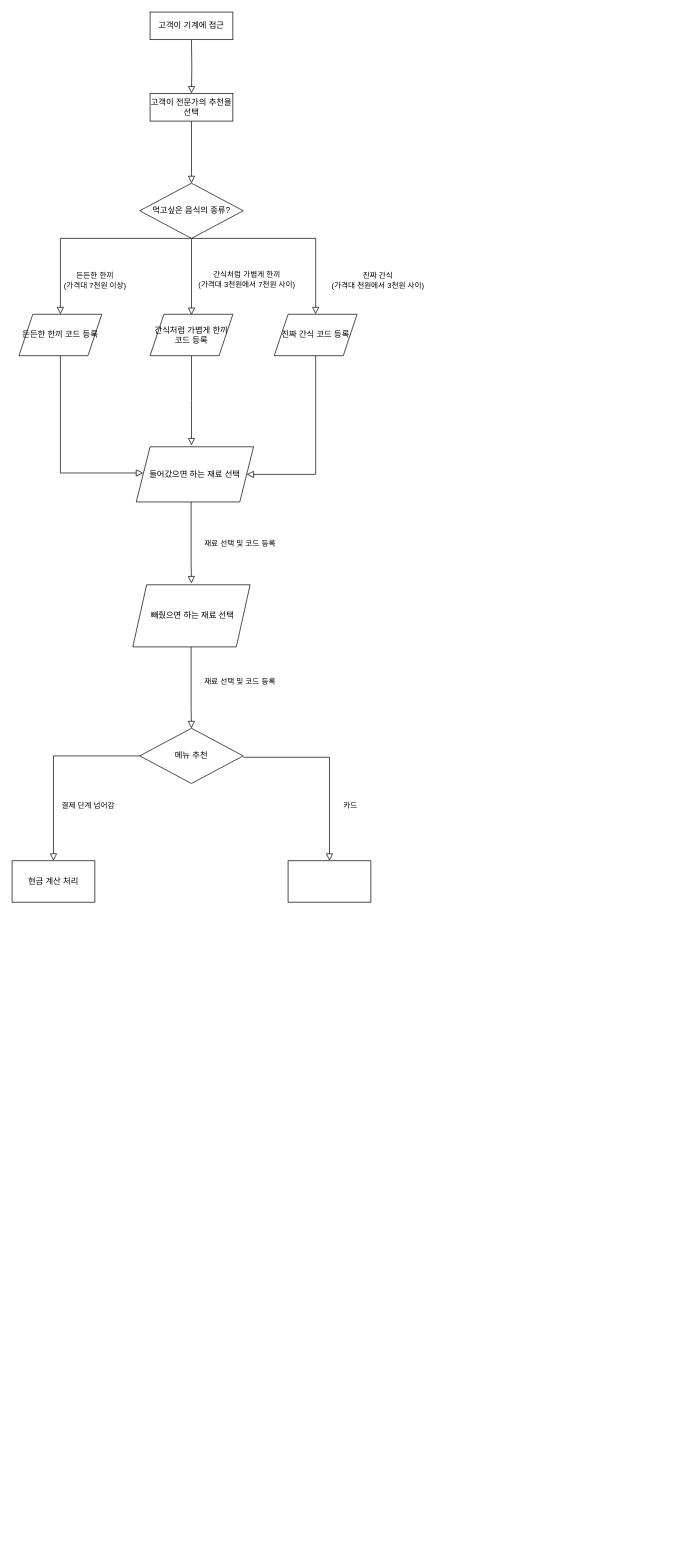
The draw.io diagram 프로젝트 순서도.drawio in Jung-Jin-Yong/KIOSK-for-senior-citizens, before the edit. Source tidied: cells renumbered, new cells numbered last; positions are measured from the earlier drawing's top-left corner, leaving out a move shared by most shapes. Both pictures are drawn from the tidied source at 69%, with x=0, y=0 at pixel (12, 12).
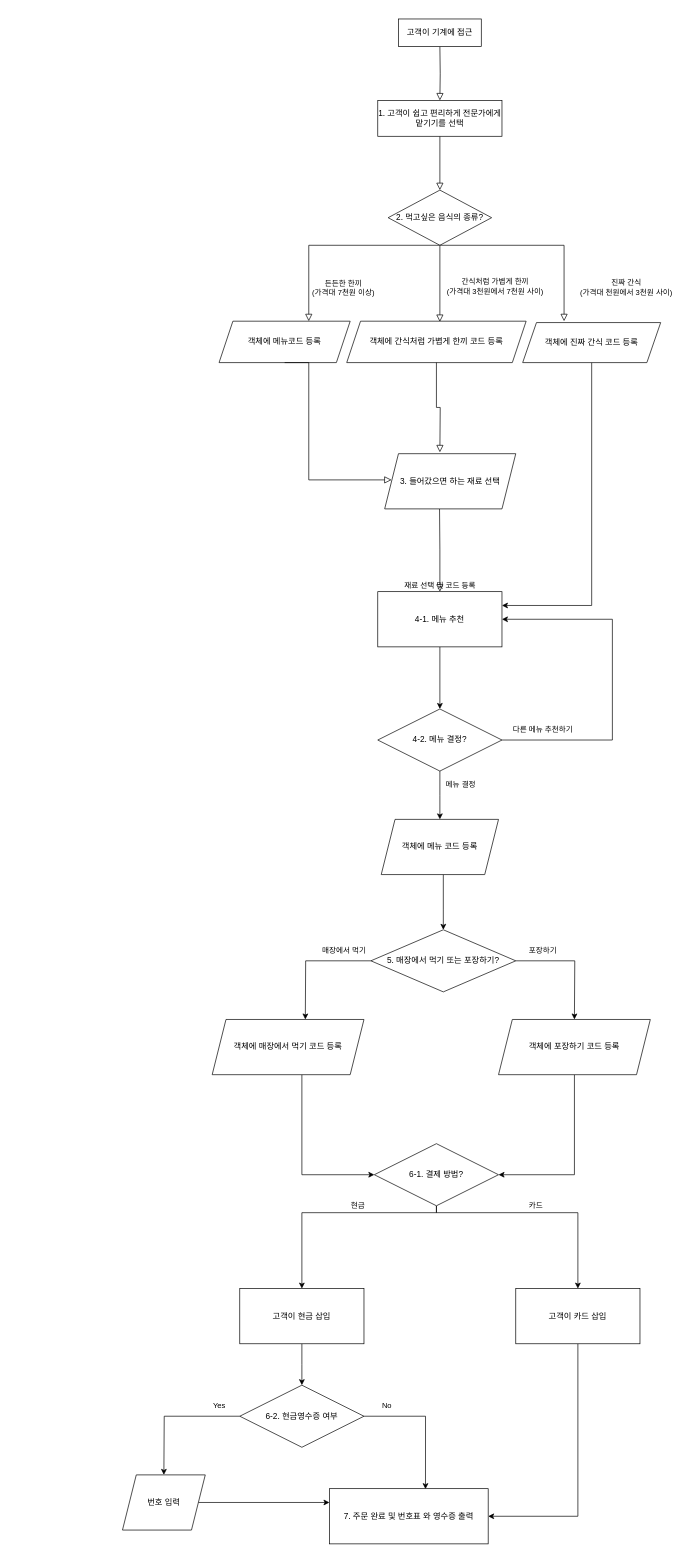
Above is the later version.

Change to the diagram source:
```diff
@@
-    <mxCell id="3" value="고객이 전문가의 추천을 선택" style="rounded=0;whiteSpace=wrap;html=1;fontSize=12;glass=0;strokeWidth=1;shadow=0;" parent="1" vertex="1">
-      <mxGeometry x="200" y="118" width="120" height="40" as="geometry" />
+    <mxCell id="3" value="1. 고객이 쉽고 편리하게 전문가에게 맡기기를 선택" style="rounded=0;whiteSpace=wrap;html=1;fontSize=12;glass=0;strokeWidth=1;shadow=0;" parent="1" vertex="1">
+      <mxGeometry x="530" y="128" width="180" height="52" as="geometry" />
     </mxCell>
-    <mxCell id="4" value="먹고싶은 음식의 종류?" style="rhombus;whiteSpace=wrap;html=1;" parent="1" vertex="1">
-      <mxGeometry x="185" y="248" width="150" height="80" as="geometry" />
+    <mxCell id="4" value="2. 먹고싶은 음식의 종류?" style="rhombus;whiteSpace=wrap;html=1;" parent="1" vertex="1">
+      <mxGeometry x="545" y="258" width="150" height="80" as="geometry" />
     </mxCell>
     <mxCell id="5" value="진짜 간식&lt;br&gt;(가격대 천원에서 3천원 사이)" style="rounded=0;html=1;jettySize=auto;fontSize=11;endArrow=block;endFill=0;endSize=8;strokeWidth=1;shadow=0;labelBackgroundColor=none;edgeStyle=orthogonalEdgeStyle;exitX=0.5;exitY=1;exitDx=0;exitDy=0;" parent="1" edge="1" source="4">
       <mxGeometry x="0.66" y="90" relative="1" as="geometry">
-        <mxPoint x="440" y="438" as="targetPoint" />
+        <mxPoint x="800" y="448" as="targetPoint" />
         <Array as="points">
-          <mxPoint x="440" y="328" />
+          <mxPoint x="800" y="338" />
         </Array>
       </mxGeometry>
     </mxCell>
     <mxCell id="6" value="든든한 한끼&lt;br&gt;(가격대 7천원 이상)" style="rounded=0;html=1;jettySize=auto;fontSize=11;endArrow=block;endFill=0;endSize=8;strokeWidth=1;shadow=0;labelBackgroundColor=none;edgeStyle=orthogonalEdgeStyle;exitX=0.5;exitY=1;exitDx=0;exitDy=0;" parent="1" edge="1" source="4">
-      <mxGeometry x="0.67" y="50" relative="1" as="geometry">
-        <mxPoint x="70" y="438" as="targetPoint" />
+      <mxGeometry x="0.68" y="50" relative="1" as="geometry">
+        <mxPoint x="430" y="448" as="targetPoint" />
         <Array as="points">
-          <mxPoint x="70" y="328" />
+          <mxPoint x="430" y="338" />
         </Array>
       </mxGeometry>
     </mxCell>
     <mxCell id="7" value="간식처럼 가볍게 한끼&lt;br&gt;(가격대 3천원에서 7천원 사이)" style="rounded=0;html=1;jettySize=auto;orthogonalLoop=1;fontSize=11;endArrow=block;endFill=0;endSize=8;strokeWidth=1;shadow=0;labelBackgroundColor=none;edgeStyle=orthogonalEdgeStyle;exitX=0.5;exitY=1;exitDx=0;exitDy=0;" parent="1" edge="1">
       <mxGeometry x="0.07" y="80" relative="1" as="geometry">
-        <mxPoint x="260" y="329" as="sourcePoint" />
-        <mxPoint x="260" y="439" as="targetPoint" />
+        <mxPoint x="620" y="339" as="sourcePoint" />
+        <mxPoint x="620" y="449" as="targetPoint" />
       </mxGeometry>
     </mxCell>
+    <mxCell id="25" style="edgeStyle=orthogonalEdgeStyle;rounded=0;jettySize=auto;html=1;entryX=1;entryY=0.25;entryDx=0;entryDy=0;" parent="1" edge="1" source="8" target="27">
+      <mxGeometry relative="1" as="geometry">
+        <Array as="points">
+          <mxPoint x="840" y="860" />
+        </Array>
+      </mxGeometry>
+    </mxCell>
-    <mxCell id="8" value="진짜 간식 코드 등록" style="shape=parallelogram;perimeter=parallelogramPerimeter;whiteSpace=wrap;html=1;fixedSize=1;" parent="1" vertex="1">
-      <mxGeometry x="380" y="438" width="120" height="60" as="geometry" />
+    <mxCell id="8" value="객체에 진짜 간식 코드 등록" style="shape=parallelogram;perimeter=parallelogramPerimeter;whiteSpace=wrap;html=1;fixedSize=1;spacing=2;" parent="1" vertex="1">
+      <mxGeometry x="740" y="450" width="200" height="58" as="geometry" />
     </mxCell>
-    <mxCell id="9" value="간식처럼 가볍게 한끼 코드 등록" style="shape=parallelogram;perimeter=parallelogramPerimeter;whiteSpace=wrap;html=1;fixedSize=1;" parent="1" vertex="1">
-      <mxGeometry x="200" y="438" width="120" height="60" as="geometry" />
+    <mxCell id="9" value="객체에 간식처럼 가볍게 한끼 코드 등록" style="shape=parallelogram;perimeter=parallelogramPerimeter;whiteSpace=wrap;html=1;fixedSize=1;" parent="1" vertex="1">
+      <mxGeometry x="485" y="448" width="260" height="60" as="geometry" />
     </mxCell>
-    <mxCell id="10" value="든든한 한끼 코드 등록" style="shape=parallelogram;perimeter=parallelogramPerimeter;whiteSpace=wrap;html=1;fixedSize=1;" parent="1" vertex="1">
-      <mxGeometry x="10" y="438" width="120" height="60" as="geometry" />
+    <mxCell id="10" value="객체에 메뉴코드 등록" style="shape=parallelogram;perimeter=parallelogramPerimeter;whiteSpace=wrap;html=1;fixedSize=1;" parent="1" vertex="1">
+      <mxGeometry x="300" y="448" width="190" height="60" as="geometry" />
     </mxCell>
     <mxCell id="11" style="rounded=0;html=1;jettySize=auto;fontSize=11;endArrow=block;endFill=0;endSize=8;strokeWidth=1;shadow=0;labelBackgroundColor=none;edgeStyle=orthogonalEdgeStyle;exitX=0.5;exitY=1;exitDx=0;exitDy=0;" parent="1" edge="1" source="9">
       <mxGeometry x="0.23" y="60" relative="1" as="geometry">
-        <mxPoint x="260" y="628" as="targetPoint" />
+        <mxPoint x="620" y="638" as="targetPoint" />
       </mxGeometry>
     </mxCell>
     <mxCell id="12" style="rounded=0;html=1;jettySize=auto;fontSize=11;endArrow=block;endFill=0;endSize=8;strokeWidth=1;shadow=0;labelBackgroundColor=none;edgeStyle=orthogonalEdgeStyle;exitX=0.5;exitY=1;exitDx=0;exitDy=0;entryX=0;entryY=0.5;entryDx=0;entryDy=0;" parent="1" edge="1" source="10">
       <mxGeometry x="0.54" y="90" relative="1" as="geometry">
-        <mxPoint x="190" y="668" as="targetPoint" />
+        <mxPoint x="550" y="678" as="targetPoint" />
         <Array as="points">
-          <mxPoint x="70" y="668" />
+          <mxPoint x="430" y="678" />
         </Array>
       </mxGeometry>
     </mxCell>
     <mxCell id="13" value="재료 선택 및 코드 등록" style="rounded=0;html=1;jettySize=auto;orthogonalLoop=1;fontSize=11;endArrow=block;endFill=0;endSize=8;strokeWidth=1;shadow=0;labelBackgroundColor=none;edgeStyle=orthogonalEdgeStyle;exitX=0.5;exitY=1;exitDx=0;exitDy=0;entryX=0.5;entryY=0;entryDx=0;entryDy=0;" parent="1" edge="1">
-      <mxGeometry x="0.5" y="76" relative="1" as="geometry">
-        <mxPoint x="259.5" y="708" as="sourcePoint" />
-        <mxPoint x="260" y="828" as="targetPoint" />
-        <Array as="points">
-          <mxPoint x="260" y="798" />
-          <mxPoint x="260" y="798" />
-        </Array>
-        <mxPoint x="-5" y="-27" as="offset" />
+      <mxGeometry y="-61" relative="1" as="geometry">
+        <mxPoint x="619.5" y="718" as="sourcePoint" />
+        <mxPoint x="620" y="840" as="targetPoint" />
+        <mxPoint x="61" y="52" as="offset" />
       </mxGeometry>
     </mxCell>
-    <mxCell id="14" value="재료 선택 및 코드 등록" style="rounded=0;html=1;jettySize=auto;orthogonalLoop=1;fontSize=11;endArrow=block;endFill=0;endSize=8;strokeWidth=1;shadow=0;labelBackgroundColor=none;edgeStyle=orthogonalEdgeStyle;exitX=0.5;exitY=1;exitDx=0;exitDy=0;entryX=0.5;entryY=0;entryDx=0;entryDy=0;" parent="1" edge="1">
-      <mxGeometry x="0.5" y="80" relative="1" as="geometry">
-        <mxPoint x="259.5" y="918" as="sourcePoint" />
-        <mxPoint x="260" y="1038" as="targetPoint" />
-        <Array as="points">
-          <mxPoint x="260" y="1008" />
-          <mxPoint x="260" y="1008" />
-        </Array>
-        <mxPoint x="-9" y="-37" as="offset" />
-      </mxGeometry>
-    </mxCell>
     <mxCell id="15" style="rounded=0;html=1;jettySize=auto;fontSize=11;endArrow=block;endFill=0;endSize=8;strokeWidth=1;shadow=0;labelBackgroundColor=none;edgeStyle=orthogonalEdgeStyle;entryX=0.5;entryY=0;entryDx=0;entryDy=0;" parent="1" edge="1" target="3">
       <mxGeometry relative="1" as="geometry">
-        <mxPoint x="260" y="40" as="sourcePoint" />
+        <mxPoint x="620" y="50" as="sourcePoint" />
       </mxGeometry>
     </mxCell>
     <mxCell id="16" value="고객이 기계에 접근" style="rounded=0;whiteSpace=wrap;html=1;fontSize=12;glass=0;strokeWidth=1;shadow=0;" parent="1" vertex="1">
-      <mxGeometry x="200" width="120" height="40" as="geometry" />
+      <mxGeometry x="560" y="10" width="120" height="40" as="geometry" />
     </mxCell>
-    <mxCell id="17" value="메뉴 추천" style="rhombus;whiteSpace=wrap;html=1;" parent="1" vertex="1">
-      <mxGeometry x="185" y="1038" width="150" height="80" as="geometry" />
-    </mxCell>
+    <mxCell id="26" style="edgeStyle=orthogonalEdgeStyle;rounded=0;orthogonalLoop=1;jettySize=auto;html=1;" parent="1" edge="1">
+      <mxGeometry relative="1" as="geometry">
+        <mxPoint x="620" y="920" as="sourcePoint" />
+        <mxPoint x="620" y="1010" as="targetPoint" />
+      </mxGeometry>
+    </mxCell>
+    <mxCell id="20" value="3. 들어갔으면 하는 재료 선택" style="shape=parallelogram;perimeter=parallelogramPerimeter;whiteSpace=wrap;html=1;fixedSize=1;" parent="1" vertex="1">
+      <mxGeometry x="540" y="640" width="190" height="80" as="geometry" />
+    </mxCell>
+    <mxCell id="27" value="4-1. 메뉴 추천" style="rounded=0;whiteSpace=wrap;html=1;" parent="1" vertex="1">
+      <mxGeometry x="530" y="840" width="180" height="80" as="geometry" />
+    </mxCell>
+    <mxCell id="28" value="메뉴 결정" style="edgeStyle=orthogonalEdgeStyle;rounded=0;jettySize=auto;html=1;" parent="1" edge="1" source="30">
+      <mxGeometry x="-0.43" y="30" relative="1" as="geometry">
+        <mxPoint x="620" y="1170" as="targetPoint" />
+      </mxGeometry>
+    </mxCell>
+    <mxCell id="29" value="다른 메뉴 추천하기" style="edgeStyle=orthogonalEdgeStyle;rounded=0;jettySize=auto;html=1;entryX=1;entryY=0.5;entryDx=0;entryDy=0;" parent="1" edge="1" source="30" target="27">
+      <mxGeometry x="-0.76" y="15" relative="1" as="geometry">
+        <Array as="points">
+          <mxPoint x="870" y="1055" />
+          <mxPoint x="870" y="880" />
+        </Array>
+      </mxGeometry>
+    </mxCell>
+    <mxCell id="30" value="4-2. 메뉴 결정?" style="rhombus;whiteSpace=wrap;html=1;" parent="1" vertex="1">
+      <mxGeometry x="530" y="1010" width="180" height="90" as="geometry" />
+    </mxCell>
+    <mxCell id="31" value="매장에서 먹기" style="edgeStyle=orthogonalEdgeStyle;rounded=0;jettySize=auto;html=1;" parent="1" edge="1" source="33">
+      <mxGeometry x="-0.57" y="-15" relative="1" as="geometry">
+        <mxPoint x="425" y="1460" as="targetPoint" />
+      </mxGeometry>
+    </mxCell>
+    <mxCell id="32" value="포장하기" style="edgeStyle=orthogonalEdgeStyle;rounded=0;jettySize=auto;html=1;" parent="1" edge="1" source="33">
+      <mxGeometry x="-0.54" y="15" relative="1" as="geometry">
+        <mxPoint x="815" y="1460" as="targetPoint" />
+      </mxGeometry>
+    </mxCell>
+    <mxCell id="33" value="5. 매장에서 먹기 또는 포장하기?" style="rhombus;whiteSpace=wrap;html=1;" parent="1" vertex="1">
+      <mxGeometry x="520" y="1330" width="210" height="90" as="geometry" />
+    </mxCell>
+    <mxCell id="34" style="edgeStyle=orthogonalEdgeStyle;rounded=0;jettySize=auto;html=1;entryX=0.5;entryY=0;entryDx=0;entryDy=0;" parent="1" edge="1" source="35" target="33">
+      <mxGeometry relative="1" as="geometry">
+        <Array as="points">
+          <mxPoint x="625" y="1300" />
+          <mxPoint x="625" y="1300" />
+        </Array>
+      </mxGeometry>
+    </mxCell>
+    <mxCell id="35" value="객체에 메뉴 코드 등록" style="shape=parallelogram;perimeter=parallelogramPerimeter;whiteSpace=wrap;html=1;fixedSize=1;" parent="1" vertex="1">
+      <mxGeometry x="535" y="1170" width="170" height="80" as="geometry" />
+    </mxCell>
+    <mxCell id="36" style="edgeStyle=orthogonalEdgeStyle;rounded=0;jettySize=auto;html=1;entryX=0;entryY=0.5;entryDx=0;entryDy=0;" parent="1" edge="1" source="37" target="41">
+      <mxGeometry relative="1" as="geometry">
+        <Array as="points">
+          <mxPoint x="420" y="1685" />
+        </Array>
+      </mxGeometry>
+    </mxCell>
+    <mxCell id="37" value="객체에 매장에서 먹기 코드 등록" style="shape=parallelogram;perimeter=parallelogramPerimeter;whiteSpace=wrap;html=1;fixedSize=1;" parent="1" vertex="1">
+      <mxGeometry x="290" y="1460" width="220" height="80" as="geometry" />
+    </mxCell>
+    <mxCell id="38" style="edgeStyle=orthogonalEdgeStyle;rounded=0;jettySize=auto;html=1;entryX=1;entryY=0.5;entryDx=0;entryDy=0;" parent="1" edge="1" source="39" target="41">
+      <mxGeometry relative="1" as="geometry" />
+    </mxCell>
+    <mxCell id="39" value="객체에 포장하기 코드 등록" style="shape=parallelogram;perimeter=parallelogramPerimeter;whiteSpace=wrap;html=1;fixedSize=1;" parent="1" vertex="1">
+      <mxGeometry x="705" y="1460" width="220" height="80" as="geometry" />
+    </mxCell>
-    <mxCell id="18" value="카드" style="rounded=0;html=1;jettySize=auto;orthogonalLoop=1;fontSize=11;endArrow=block;endFill=0;endSize=8;strokeWidth=1;shadow=0;labelBackgroundColor=none;edgeStyle=orthogonalEdgeStyle;exitX=0.5;exitY=1;exitDx=0;exitDy=0;" parent="1" edge="1">
-      <mxGeometry x="0.42" y="30" relative="1" as="geometry">
-        <mxPoint x="335" y="1080" as="sourcePoint" />
-        <mxPoint x="460" y="1230" as="targetPoint" />
+    <mxCell id="18" value="카드" style="edgeStyle=orthogonalEdgeStyle;rounded=0;jettySize=auto;html=1;" parent="1" edge="1" source="41">
+      <mxGeometry x="-0.05" y="10" relative="1" as="geometry">
+        <mxPoint x="820" y="1850" as="targetPoint" />
         <Array as="points">
-          <mxPoint x="460" y="1080" />
+          <mxPoint x="615" y="1740" />
+          <mxPoint x="820" y="1740" />
         </Array>
       </mxGeometry>
     </mxCell>
-    <mxCell id="19" value="결제 단계 넘어감" style="rounded=0;html=1;jettySize=auto;fontSize=11;endArrow=block;endFill=0;endSize=8;strokeWidth=1;shadow=0;labelBackgroundColor=none;edgeStyle=orthogonalEdgeStyle;exitX=0;exitY=0.5;exitDx=0;exitDy=0;" parent="1" edge="1" source="17">
-      <mxGeometry x="0.42" y="50" relative="1" as="geometry">
-        <mxPoint x="60" y="1230" as="targetPoint" />
-        <Array as="points">
-          <mxPoint x="60" y="1078" />
-        </Array>
-      </mxGeometry>
-    </mxCell>
-    <mxCell id="20" value="들어갔으면 하는 재료 선택" style="shape=parallelogram;perimeter=parallelogramPerimeter;whiteSpace=wrap;html=1;fixedSize=1;" parent="1" vertex="1">
-      <mxGeometry x="180" y="630" width="170" height="80" as="geometry" />
-    </mxCell>
-    <mxCell id="21" value="&amp;nbsp;빼줬으면 하는 재료 선택" style="shape=parallelogram;perimeter=parallelogramPerimeter;whiteSpace=wrap;html=1;fixedSize=1;" parent="1" vertex="1">
-      <mxGeometry x="175" y="830" width="170" height="90" as="geometry" />
-    </mxCell>
-    <mxCell id="22" value="현금 계산 처리" style="rounded=0;whiteSpace=wrap;html=1;" parent="1" vertex="1">
-      <mxGeometry y="1230" width="120" height="60" as="geometry" />
-    </mxCell>
-    <mxCell id="23" style="rounded=0;whiteSpace=wrap;html=1;" parent="1" vertex="1">
-      <mxGeometry x="400" y="1230" width="120" height="60" as="geometry" />
-    </mxCell>
-    <mxCell id="24" style="rounded=0;html=1;jettySize=auto;fontSize=11;endArrow=block;endFill=0;endSize=8;strokeWidth=1;shadow=0;labelBackgroundColor=none;edgeStyle=orthogonalEdgeStyle;exitX=0.5;exitY=1;exitDx=0;exitDy=0;entryX=1;entryY=0.5;entryDx=0;entryDy=0;" parent="1" edge="1" source="8" target="20">
-      <mxGeometry x="0.23" y="60" relative="1" as="geometry">
-        <Array as="points">
-          <mxPoint x="440" y="670" />
-        </Array>
-      </mxGeometry>
-    </mxCell>
+    <mxCell id="40" value="현금" style="edgeStyle=orthogonalEdgeStyle;rounded=0;jettySize=auto;html=1;" parent="1" edge="1" source="41">
+      <mxGeometry x="-0.21" y="-10" relative="1" as="geometry">
+        <mxPoint x="420" y="1850" as="targetPoint" />
+        <Array as="points">
+          <mxPoint x="615" y="1740" />
+          <mxPoint x="420" y="1740" />
+          <mxPoint x="420" y="1840" />
+        </Array>
+      </mxGeometry>
+    </mxCell>
+    <mxCell id="41" value="6-1. 결제 방법?" style="rhombus;whiteSpace=wrap;html=1;" parent="1" vertex="1">
+      <mxGeometry x="525" y="1640" width="180" height="90" as="geometry" />
+    </mxCell>
+    <mxCell id="42" style="edgeStyle=orthogonalEdgeStyle;rounded=0;jettySize=auto;html=1;" parent="1" edge="1" source="43">
+      <mxGeometry relative="1" as="geometry">
+        <mxPoint x="420" y="1990" as="targetPoint" />
+      </mxGeometry>
+    </mxCell>
+    <mxCell id="43" value="고객이 현금 삽입" style="rounded=0;whiteSpace=wrap;html=1;" parent="1" vertex="1">
+      <mxGeometry x="330" y="1850" width="180" height="80" as="geometry" />
+    </mxCell>
+    <mxCell id="44" style="edgeStyle=orthogonalEdgeStyle;rounded=0;jettySize=auto;html=1;entryX=1;entryY=0.5;entryDx=0;entryDy=0;" parent="1" edge="1" source="45" target="49">
+      <mxGeometry relative="1" as="geometry">
+        <Array as="points">
+          <mxPoint x="820" y="2180" />
+        </Array>
+      </mxGeometry>
+    </mxCell>
+    <mxCell id="45" value="고객이 카드 삽입" style="rounded=0;whiteSpace=wrap;html=1;" parent="1" vertex="1">
+      <mxGeometry x="730" y="1850" width="180" height="80" as="geometry" />
+    </mxCell>
+    <mxCell id="46" value="Yes" style="edgeStyle=orthogonalEdgeStyle;rounded=0;jettySize=auto;html=1;" parent="1" edge="1" source="48">
+      <mxGeometry x="-0.69" y="-15" relative="1" as="geometry">
+        <mxPoint x="220" y="2120" as="targetPoint" />
+      </mxGeometry>
+    </mxCell>
+    <mxCell id="47" value="No" style="edgeStyle=orthogonalEdgeStyle;rounded=0;jettySize=auto;html=1;entryX=0.605;entryY=0.008;entryDx=0;entryDy=0;entryPerimeter=0;" parent="1" edge="1" source="48" target="49">
+      <mxGeometry x="-0.66" y="15" relative="1" as="geometry">
+        <Array as="points">
+          <mxPoint x="599" y="2035" />
+        </Array>
+      </mxGeometry>
+    </mxCell>
+    <mxCell id="48" value="6-2. 현금영수증 여부" style="rhombus;whiteSpace=wrap;html=1;" parent="1" vertex="1">
+      <mxGeometry x="330" y="1990" width="180" height="90" as="geometry" />
+    </mxCell>
+    <mxCell id="49" value="7. 주문 완료 및 번호표 와 영수증 출력" style="rounded=0;whiteSpace=wrap;html=1;" parent="1" vertex="1">
+      <mxGeometry x="460" y="2140" width="230" height="80" as="geometry" />
+    </mxCell>
+    <mxCell id="50" style="edgeStyle=orthogonalEdgeStyle;rounded=0;jettySize=auto;html=1;entryX=0;entryY=0.25;entryDx=0;entryDy=0;" parent="1" edge="1" source="51" target="49">
+      <mxGeometry relative="1" as="geometry" />
+    </mxCell>
+    <mxCell id="51" value="번호 입력" style="shape=parallelogram;perimeter=parallelogramPerimeter;whiteSpace=wrap;html=1;fixedSize=1;" parent="1" vertex="1">
+      <mxGeometry x="160" y="2120" width="120" height="80" as="geometry" />
+    </mxCell>
```
